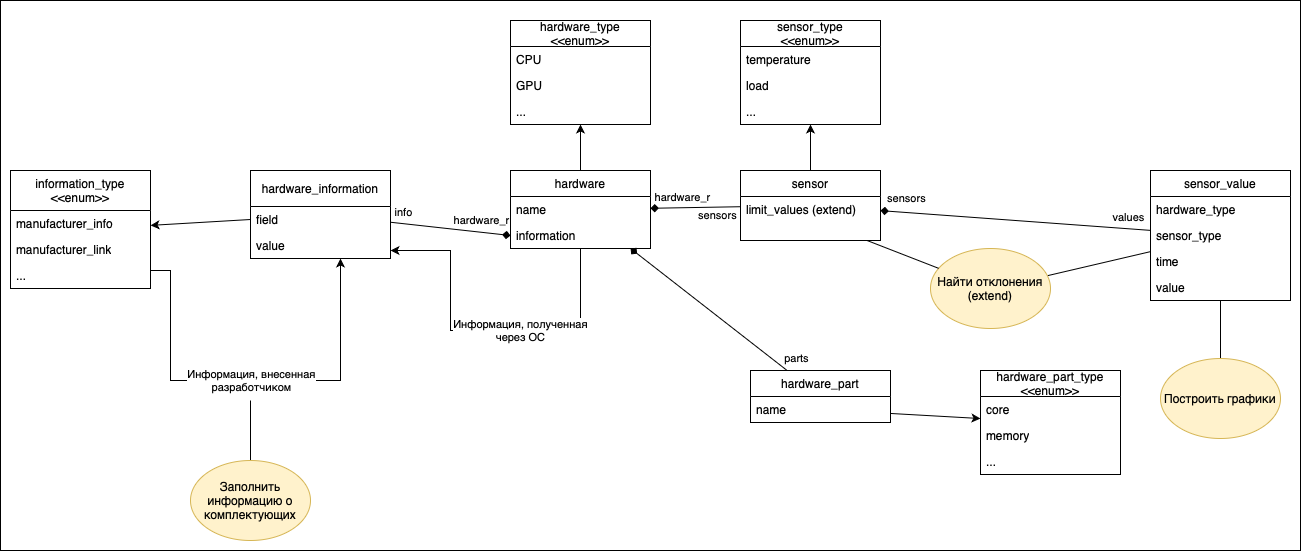
Alekcey264/DiplomaVerevkin keeps this draw.io diagram as Диаграмма классов v2 0.png. Above is the earlier version. Source tidied: cells renumbered, new cells last; positions are measured from the earlier drawing's top-left corner, leaving out a move shared by most shapes.
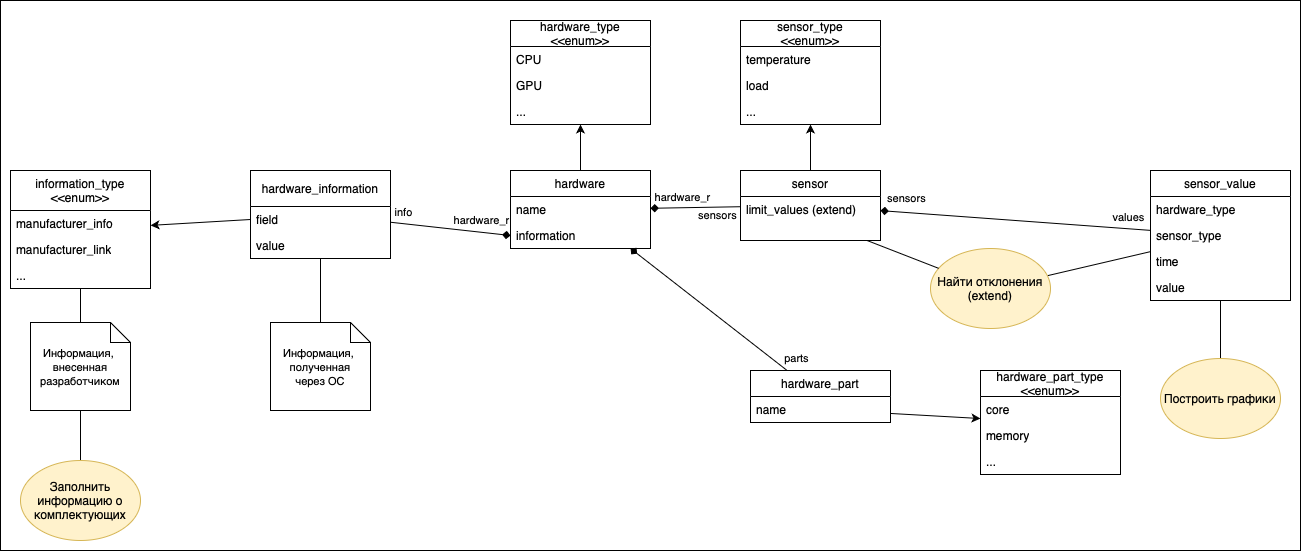
The same file after the commit.

Change to the diagram source:
```diff
@@ -47,15 +47,6 @@
         <mxPoint x="-6" y="-11" as="offset" />
       </mxGeometry>
     </mxCell>
-    <mxCell id="15" value="Информация, внесенная&lt;br&gt;разработчиком" style="edgeStyle=orthogonalEdgeStyle;rounded=0;jettySize=auto;html=1;" parent="1" edge="1" source="16" target="9">
-      <mxGeometry relative="1" as="geometry">
-        <Array as="points">
-          <mxPoint x="170" y="270" />
-          <mxPoint x="170" y="380" />
-          <mxPoint x="340" y="380" />
-        </Array>
-      </mxGeometry>
-    </mxCell>
     <mxCell id="16" value="information_type&lt;br&gt;&amp;lt;&amp;lt;enum&amp;gt;&amp;gt;" style="swimlane;fontStyle=0;horizontal=1;startSize=40;fillColor=none;whiteSpace=wrap;html=1;" parent="1" vertex="1">
       <mxGeometry x="10" y="170" width="140" height="118" as="geometry" />
     </mxCell>
@@ -171,22 +162,11 @@
     <mxCell id="52" style="rounded=0;jettySize=auto;html=1;endArrow=none;endFill=0;" parent="1" edge="1" source="29" target="51">
       <mxGeometry relative="1" as="geometry" />
     </mxCell>
-    <mxCell id="53" value="Информация, полученная&lt;br&gt;через ОС" style="edgeStyle=orthogonalEdgeStyle;rounded=0;jettySize=auto;html=1;" parent="1" edge="1" source="8" target="9">
-      <mxGeometry x="-0.19" relative="1" as="geometry">
-        <Array as="points">
-          <mxPoint x="580" y="330" />
-          <mxPoint x="450" y="330" />
-          <mxPoint x="450" y="250" />
-        </Array>
-      </mxGeometry>
-    </mxCell>
-    <mxCell id="54" style="rounded=0;jettySize=auto;html=1;endArrow=none;endFill=0;" parent="1" edge="1" source="55">
-      <mxGeometry relative="1" as="geometry">
-        <mxPoint x="250" y="400" as="targetPoint" />
-      </mxGeometry>
+    <mxCell id="54" style="rounded=0;jettySize=auto;html=1;endArrow=none;endFill=0;" parent="1" edge="1" source="55" target="15">
+      <mxGeometry relative="1" as="geometry" />
     </mxCell>
     <mxCell id="55" value="Заполнить информацию о комплектующих" style="ellipse;whiteSpace=wrap;html=1;fillColor=#fff2cc;strokeColor=#d6b656;" parent="1" vertex="1">
-      <mxGeometry x="190" y="460" width="120" height="80" as="geometry" />
+      <mxGeometry x="20" y="460" width="120" height="80" as="geometry" />
     </mxCell>
     <mxCell id="56" value="hardware_r" style="edgeLabel;html=1;align=center;verticalAlign=middle;" parent="1" vertex="1">
       <mxGeometry x="680" y="194" as="geometry">
@@ -198,5 +178,17 @@
         <mxPoint x="171" y="-25" as="offset" />
       </mxGeometry>
     </mxCell>
+    <mxCell id="58" style="edgeStyle=orthogonalEdgeStyle;rounded=0;jettySize=auto;html=1;endArrow=none;endFill=0;" parent="1" edge="1" source="15" target="16">
+      <mxGeometry relative="1" as="geometry" />
+    </mxCell>
+    <mxCell id="15" value="&lt;span style=&quot;font-size: 11px; white-space: nowrap; background-color: rgb(255, 255, 255);&quot;&gt;Информация,&amp;nbsp;&lt;/span&gt;&lt;div&gt;&lt;span style=&quot;font-size: 11px; white-space: nowrap; background-color: rgb(255, 255, 255);&quot;&gt;внесенная&lt;/span&gt;&lt;br style=&quot;font-size: 11px; white-space: nowrap; background-color: rgb(255, 255, 255);&quot;&gt;&lt;span style=&quot;font-size: 11px; white-space: nowrap; background-color: rgb(255, 255, 255);&quot;&gt;разработчиком&lt;/span&gt;&lt;br&gt;&lt;/div&gt;" style="shape=note;size=20;whiteSpace=wrap;html=1;" parent="1" vertex="1">
+      <mxGeometry x="30" y="322" width="100" height="88" as="geometry" />
+    </mxCell>
+    <mxCell id="59" style="edgeStyle=orthogonalEdgeStyle;rounded=0;jettySize=auto;html=1;endArrow=none;endFill=0;" parent="1" edge="1" source="53" target="9">
+      <mxGeometry relative="1" as="geometry" />
+    </mxCell>
+    <mxCell id="53" value="&lt;span style=&quot;font-size: 11px; white-space: nowrap; background-color: rgb(255, 255, 255);&quot;&gt;Информация,&amp;nbsp;&lt;/span&gt;&lt;div&gt;&lt;span style=&quot;font-size: 11px; white-space: nowrap; background-color: rgb(255, 255, 255);&quot;&gt;полученная&lt;/span&gt;&lt;br style=&quot;font-size: 11px; white-space: nowrap; background-color: rgb(255, 255, 255);&quot;&gt;&lt;span style=&quot;font-size: 11px; white-space: nowrap; background-color: rgb(255, 255, 255);&quot;&gt;через ОС&lt;/span&gt;&lt;/div&gt;" style="shape=note;size=20;whiteSpace=wrap;html=1;" parent="1" vertex="1">
+      <mxGeometry x="270" y="322" width="100" height="88" as="geometry" />
+    </mxCell>
   </root>
 </mxGraphModel>
```
